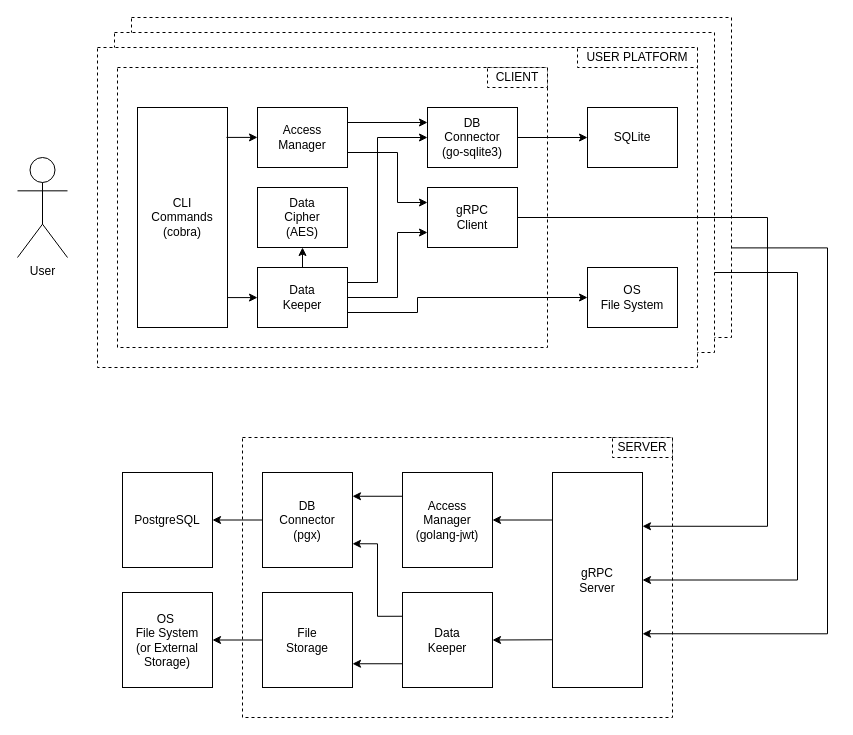
The draw.io diagram docs/architecture.drawio in ruskiiamov/gophkeeper, before the edit. Source tidied: cells renumbered, new cells numbered last; positions are measured from the earlier drawing's top-left corner, leaving out a move shared by most shapes. Both pictures are drawn from the tidied source at 100%, with x=0, y=0 at pixel (17, 17).
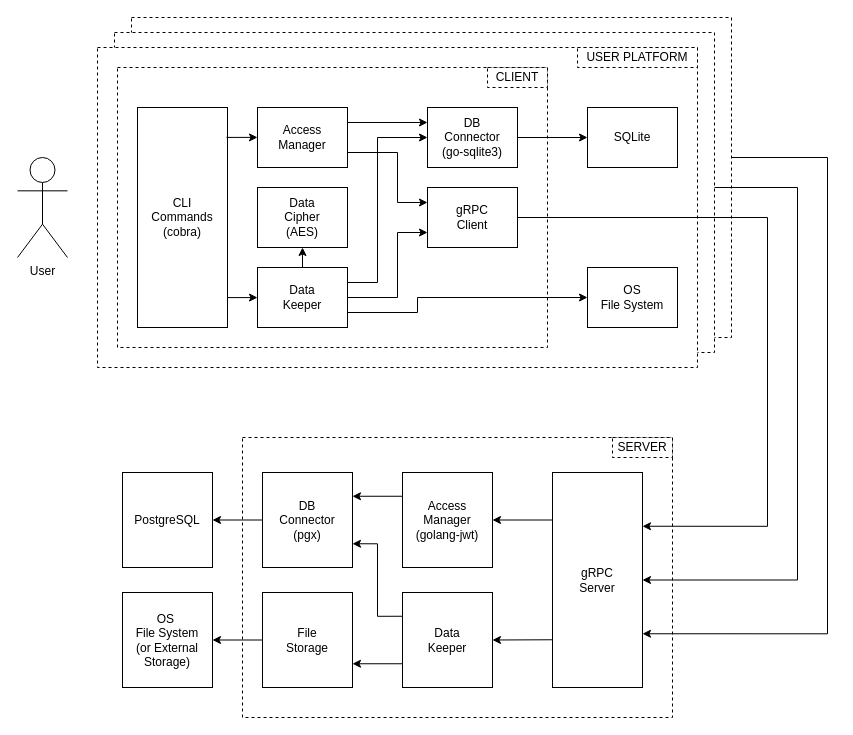
Above is the later version.

Unchanged cells that the change refers to:
```xml
<mxCell id="2" style="rounded=0;whiteSpace=wrap;html=1;dashed=1;" parent="1" vertex="1">
  <mxGeometry x="114" width="600" height="320" as="geometry" />
</mxCell>
<mxCell id="3" style="rounded=0;whiteSpace=wrap;html=1;dashed=1;" parent="1" vertex="1">
  <mxGeometry x="97" y="15" width="600" height="320" as="geometry" />
</mxCell>
<mxCell id="8" value="gRPC&lt;br&gt;Server" style="rounded=0;whiteSpace=wrap;html=1;" parent="1" vertex="1">
  <mxGeometry x="535" y="455" width="90" height="215" as="geometry" />
</mxCell>
```

Diff of the diagram source:
```diff
@@
-    <mxCell id="43" style="edgeStyle=orthogonalEdgeStyle;rounded=0;html=1;exitX=1;exitY=0.75;exitDx=0;exitDy=0;entryX=1;entryY=0.5;entryDx=0;entryDy=0;" parent="1" edge="1" source="3" target="8">
+    <mxCell id="43" style="edgeStyle=orthogonalEdgeStyle;rounded=0;html=1;entryX=1;entryY=0.5;entryDx=0;entryDy=0;" parent="1" edge="1" target="8">
       <mxGeometry relative="1" as="geometry">
+        <mxPoint x="697" y="170" as="sourcePoint" />
         <Array as="points">
-          <mxPoint x="780" y="255" />
-          <mxPoint x="780" y="562" />
+          <mxPoint x="697" y="170" />
+          <mxPoint x="780" y="170" />
+          <mxPoint x="780" y="563" />
         </Array>
       </mxGeometry>
     </mxCell>
-    <mxCell id="44" style="edgeStyle=orthogonalEdgeStyle;rounded=0;html=1;exitX=1;exitY=0.72;exitDx=0;exitDy=0;entryX=1;entryY=0.75;entryDx=0;entryDy=0;exitPerimeter=0;" parent="1" edge="1" source="2" target="8">
+    <mxCell id="44" style="edgeStyle=orthogonalEdgeStyle;rounded=0;html=1;entryX=1;entryY=0.75;entryDx=0;entryDy=0;" parent="1" edge="1" target="8">
       <mxGeometry relative="1" as="geometry">
+        <mxPoint x="714" y="140" as="sourcePoint" />
         <Array as="points">
-          <mxPoint x="810" y="230" />
+          <mxPoint x="714" y="140" />
+          <mxPoint x="810" y="140" />
           <mxPoint x="810" y="616" />
         </Array>
       </mxGeometry>
     </mxCell>
```
